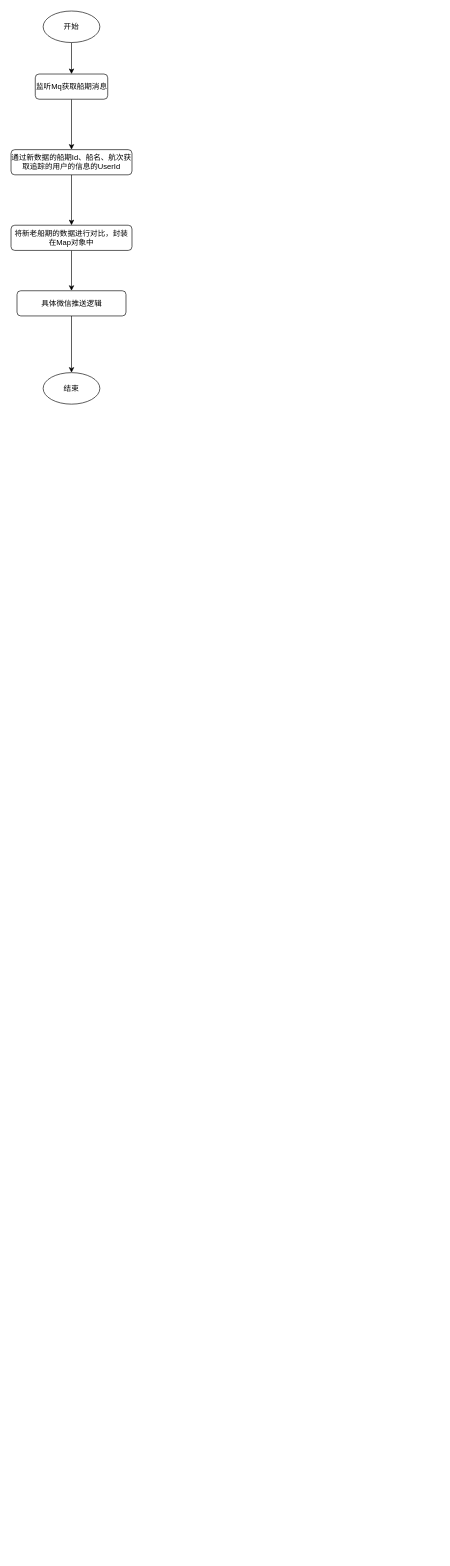
The draw.io diagram port-manager/船期微信推送.drawio in caixuecheng/track-drawio, before the edit. Source tidied: cells renumbered, new cells numbered last; positions are measured from the earlier drawing's top-left corner, leaving out a move shared by most shapes. Both pictures are drawn from the tidied source at 63%, with x=0, y=0 at pixel (11, 11).
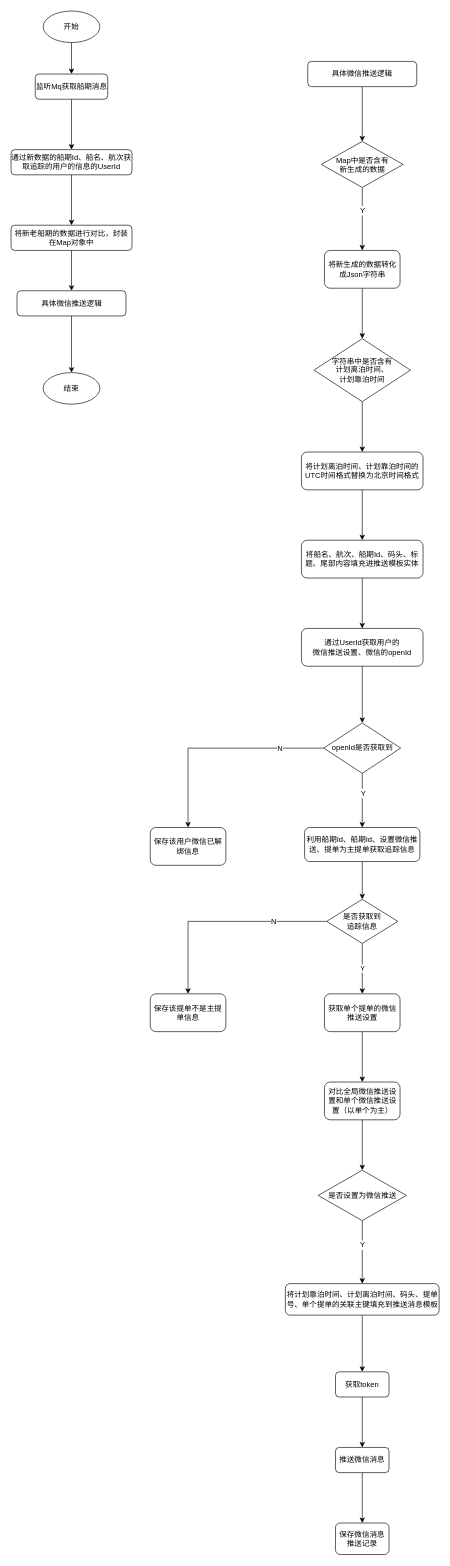
The same diagram, later.

Commit message (it also covers changes not shown here):
更新船期微信推送.drawio

What changed in the source:
```diff
@@
+    <mxCell id="13" style="edgeStyle=orthogonalEdgeStyle;rounded=0;jettySize=auto;html=1;exitX=0.5;exitY=1;exitDx=0;exitDy=0;entryX=0.5;entryY=0;entryDx=0;entryDy=0;" parent="1" edge="1" source="14" target="17">
+      <mxGeometry relative="1" as="geometry" />
+    </mxCell>
+    <mxCell id="14" value="具体微信推送逻辑" style="rounded=1;whiteSpace=wrap;html=1;" parent="1" vertex="1">
+      <mxGeometry x="471" y="80" width="173" height="40" as="geometry" />
+    </mxCell>
+    <mxCell id="15" style="edgeStyle=orthogonalEdgeStyle;rounded=0;jettySize=auto;html=1;exitX=0.5;exitY=1;exitDx=0;exitDy=0;entryX=0.5;entryY=0;entryDx=0;entryDy=0;" parent="1" edge="1" source="17" target="19">
+      <mxGeometry relative="1" as="geometry" />
+    </mxCell>
+    <mxCell id="16" value="Y" style="text;html=1;align=center;verticalAlign=middle;labelBackgroundColor=#ffffff;" parent="15" vertex="1">
+      <mxGeometry x="-0.28" relative="1" as="geometry" />
+    </mxCell>
+    <mxCell id="17" value="&lt;span style=&quot;white-space: normal&quot;&gt;Map中是否含有&lt;br&gt;新生成的数据&lt;/span&gt;" style="rhombus;whiteSpace=wrap;html=1;" parent="1" vertex="1">
+      <mxGeometry x="492.5" y="207" width="130" height="73" as="geometry" />
+    </mxCell>
+    <mxCell id="18" style="edgeStyle=orthogonalEdgeStyle;rounded=0;jettySize=auto;html=1;exitX=0.5;exitY=1;exitDx=0;exitDy=0;entryX=0.5;entryY=0;entryDx=0;entryDy=0;" parent="1" edge="1" source="19" target="21">
+      <mxGeometry relative="1" as="geometry" />
+    </mxCell>
+    <mxCell id="19" value="将新生成的数据转化成Json字符串" style="rounded=1;whiteSpace=wrap;html=1;" parent="1" vertex="1">
+      <mxGeometry x="497.5" y="380" width="120" height="60" as="geometry" />
+    </mxCell>
+    <mxCell id="20" style="edgeStyle=orthogonalEdgeStyle;rounded=0;jettySize=auto;html=1;exitX=0.5;exitY=1;exitDx=0;exitDy=0;entryX=0.5;entryY=0;entryDx=0;entryDy=0;" parent="1" edge="1" source="21" target="23">
+      <mxGeometry relative="1" as="geometry" />
+    </mxCell>
+    <mxCell id="21" value="字符串中是否含有&lt;br&gt;计划离泊时间、&lt;br&gt;计划靠泊时间" style="rhombus;whiteSpace=wrap;html=1;" parent="1" vertex="1">
+      <mxGeometry x="481" y="520" width="153" height="100" as="geometry" />
+    </mxCell>
+    <mxCell id="22" style="edgeStyle=orthogonalEdgeStyle;rounded=0;jettySize=auto;html=1;" parent="1" edge="1" source="23" target="25">
+      <mxGeometry relative="1" as="geometry" />
+    </mxCell>
+    <mxCell id="23" value="将计划离泊时间、计划靠泊时间的UTC时间格式替换为北京时间格式" style="rounded=1;whiteSpace=wrap;html=1;" parent="1" vertex="1">
+      <mxGeometry x="461" y="700" width="193" height="60" as="geometry" />
+    </mxCell>
+    <mxCell id="24" style="edgeStyle=orthogonalEdgeStyle;rounded=0;jettySize=auto;html=1;" parent="1" edge="1" source="25" target="27">
+      <mxGeometry relative="1" as="geometry" />
+    </mxCell>
+    <mxCell id="25" value="将船名、航次、船期Id、码头、标题、尾部内容填充进推送模板实体" style="rounded=1;whiteSpace=wrap;html=1;" parent="1" vertex="1">
+      <mxGeometry x="461" y="840" width="193" height="60" as="geometry" />
+    </mxCell>
+    <mxCell id="26" style="edgeStyle=orthogonalEdgeStyle;rounded=0;jettySize=auto;html=1;exitX=0.5;exitY=1;exitDx=0;exitDy=0;" parent="1" edge="1" source="27" target="32">
+      <mxGeometry relative="1" as="geometry" />
+    </mxCell>
+    <mxCell id="27" value="通过UserId获取用户的&lt;br&gt;微信推送设置、微信的openId" style="rounded=1;whiteSpace=wrap;html=1;" parent="1" vertex="1">
+      <mxGeometry x="461" y="980" width="193" height="60" as="geometry" />
+    </mxCell>
+    <mxCell id="28" style="edgeStyle=orthogonalEdgeStyle;rounded=0;jettySize=auto;html=1;exitX=0.5;exitY=1;exitDx=0;exitDy=0;entryX=0.5;entryY=0;entryDx=0;entryDy=0;" parent="1" edge="1" source="32" target="34">
+      <mxGeometry relative="1" as="geometry" />
+    </mxCell>
+    <mxCell id="29" value="Y" style="text;html=1;align=center;verticalAlign=middle;labelBackgroundColor=#ffffff;" parent="28" vertex="1">
+      <mxGeometry x="-0.28" y="1" relative="1" as="geometry" />
+    </mxCell>
+    <mxCell id="30" style="edgeStyle=orthogonalEdgeStyle;rounded=0;jettySize=auto;html=1;exitX=0;exitY=0.5;exitDx=0;exitDy=0;entryX=0.5;entryY=0;entryDx=0;entryDy=0;" parent="1" edge="1" source="32" target="39">
+      <mxGeometry relative="1" as="geometry" />
+    </mxCell>
+    <mxCell id="31" value="N" style="text;html=1;align=center;verticalAlign=middle;labelBackgroundColor=#ffffff;" parent="30" vertex="1">
+      <mxGeometry x="-0.59" relative="1" as="geometry" />
+    </mxCell>
+    <mxCell id="32" value="openId是否获取到" style="rhombus;whiteSpace=wrap;html=1;" parent="1" vertex="1">
+      <mxGeometry x="496.5" y="1130" width="122" height="80" as="geometry" />
+    </mxCell>
+    <mxCell id="33" style="edgeStyle=orthogonalEdgeStyle;rounded=0;jettySize=auto;html=1;exitX=0.5;exitY=1;exitDx=0;exitDy=0;entryX=0.5;entryY=0;entryDx=0;entryDy=0;" parent="1" edge="1" source="34" target="38">
+      <mxGeometry relative="1" as="geometry" />
+    </mxCell>
+    <mxCell id="34" value="利用船期Id、船期Id、设置微信推送、提单为主提单获取追踪信息" style="rounded=1;whiteSpace=wrap;html=1;" parent="1" vertex="1">
+      <mxGeometry x="466" y="1296" width="183" height="54" as="geometry" />
+    </mxCell>
+    <mxCell id="35" value="Y" style="edgeStyle=orthogonalEdgeStyle;rounded=0;jettySize=auto;html=1;exitX=0.5;exitY=1;exitDx=0;exitDy=0;entryX=0.5;entryY=0;entryDx=0;entryDy=0;" parent="1" edge="1" source="38" target="41">
+      <mxGeometry relative="1" as="geometry" />
+    </mxCell>
+    <mxCell id="36" style="edgeStyle=orthogonalEdgeStyle;rounded=0;jettySize=auto;html=1;exitX=0;exitY=0.5;exitDx=0;exitDy=0;entryX=0.5;entryY=0;entryDx=0;entryDy=0;" parent="1" edge="1" source="38" target="44">
+      <mxGeometry relative="1" as="geometry" />
+    </mxCell>
+    <mxCell id="37" value="N" style="text;html=1;align=center;verticalAlign=middle;labelBackgroundColor=#ffffff;" parent="36" vertex="1">
+      <mxGeometry x="-0.49" relative="1" as="geometry" />
+    </mxCell>
+    <mxCell id="38" value="是否获取到&lt;br&gt;追踪信息" style="rhombus;whiteSpace=wrap;html=1;" parent="1" vertex="1">
+      <mxGeometry x="501" y="1410" width="113" height="70" as="geometry" />
+    </mxCell>
+    <mxCell id="39" value="保存该用户微信已解绑信息" style="rounded=1;whiteSpace=wrap;html=1;" parent="1" vertex="1">
+      <mxGeometry x="221" y="1296" width="120" height="60" as="geometry" />
+    </mxCell>
+    <mxCell id="40" style="edgeStyle=orthogonalEdgeStyle;rounded=0;jettySize=auto;html=1;" parent="1" edge="1" source="41" target="43">
+      <mxGeometry relative="1" as="geometry" />
+    </mxCell>
+    <mxCell id="41" value="获取单个提单的微信推送设置" style="rounded=1;whiteSpace=wrap;html=1;" parent="1" vertex="1">
+      <mxGeometry x="497.5" y="1560" width="120" height="60" as="geometry" />
+    </mxCell>
+    <mxCell id="42" style="edgeStyle=orthogonalEdgeStyle;rounded=0;jettySize=auto;html=1;exitX=0.5;exitY=1;exitDx=0;exitDy=0;entryX=0.5;entryY=0;entryDx=0;entryDy=0;" parent="1" edge="1" source="43" target="47">
+      <mxGeometry relative="1" as="geometry" />
+    </mxCell>
+    <mxCell id="43" value="对比全局微信推送设置和单个微信推送设置（以单个为主）" style="rounded=1;whiteSpace=wrap;html=1;" parent="1" vertex="1">
+      <mxGeometry x="497.5" y="1700" width="120" height="60" as="geometry" />
+    </mxCell>
+    <mxCell id="44" value="保存该提单不是主提单信息" style="rounded=1;whiteSpace=wrap;html=1;" parent="1" vertex="1">
+      <mxGeometry x="221" y="1560" width="120" height="60" as="geometry" />
+    </mxCell>
+    <mxCell id="45" style="edgeStyle=orthogonalEdgeStyle;rounded=0;jettySize=auto;html=1;exitX=0.5;exitY=1;exitDx=0;exitDy=0;entryX=0.5;entryY=0;entryDx=0;entryDy=0;" parent="1" edge="1" source="47" target="49">
+      <mxGeometry relative="1" as="geometry" />
+    </mxCell>
+    <mxCell id="46" value="Y" style="text;html=1;align=center;verticalAlign=middle;labelBackgroundColor=#ffffff;" parent="45" vertex="1">
+      <mxGeometry x="-0.24" relative="1" as="geometry" />
+    </mxCell>
+    <mxCell id="47" value="是否设置为微信推送" style="rhombus;whiteSpace=wrap;html=1;" parent="1" vertex="1">
+      <mxGeometry x="487.5" y="1840" width="140" height="80" as="geometry" />
+    </mxCell>
+    <mxCell id="48" style="edgeStyle=orthogonalEdgeStyle;rounded=0;jettySize=auto;html=1;" parent="1" edge="1" source="49" target="51">
+      <mxGeometry relative="1" as="geometry" />
+    </mxCell>
+    <mxCell id="49" value="将计划靠泊时间、计划离泊时间、码头、提单号、单个提单的关联主键填充到推送消息模板" style="rounded=1;whiteSpace=wrap;html=1;" parent="1" vertex="1">
+      <mxGeometry x="435.5" y="2020" width="244" height="50" as="geometry" />
+    </mxCell>
+    <mxCell id="50" style="edgeStyle=orthogonalEdgeStyle;rounded=0;jettySize=auto;html=1;" parent="1" edge="1" source="51" target="53">
+      <mxGeometry relative="1" as="geometry" />
+    </mxCell>
+    <mxCell id="51" value="获取token" style="rounded=1;whiteSpace=wrap;html=1;" parent="1" vertex="1">
+      <mxGeometry x="515" y="2160" width="85" height="40" as="geometry" />
+    </mxCell>
+    <mxCell id="52" style="edgeStyle=orthogonalEdgeStyle;rounded=0;jettySize=auto;html=1;" parent="1" edge="1" source="53" target="54">
+      <mxGeometry relative="1" as="geometry" />
+    </mxCell>
+    <mxCell id="53" value="推送微信消息" style="rounded=1;whiteSpace=wrap;html=1;" parent="1" vertex="1">
+      <mxGeometry x="515" y="2280" width="85" height="40" as="geometry" />
+    </mxCell>
+    <mxCell id="54" value="保存微信消息推送记录" style="rounded=1;whiteSpace=wrap;html=1;" parent="1" vertex="1">
+      <mxGeometry x="515" y="2400" width="85" height="50" as="geometry" />
+    </mxCell>
```
